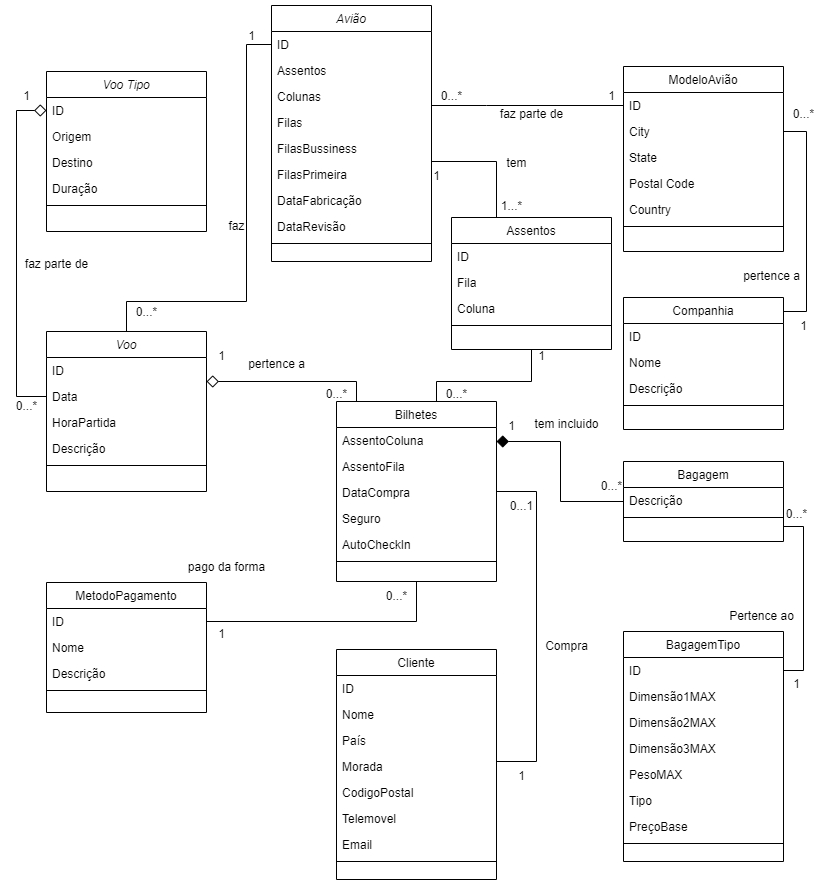
The draw.io diagram diagramas/Diagrama_de_classes.drawio.png in VascoJ2000/ABD_Projeto, before a commit. Source tidied: cells renumbered, new cells last; positions are measured from the earlier drawing's top-left corner, leaving out a move shared by most shapes.
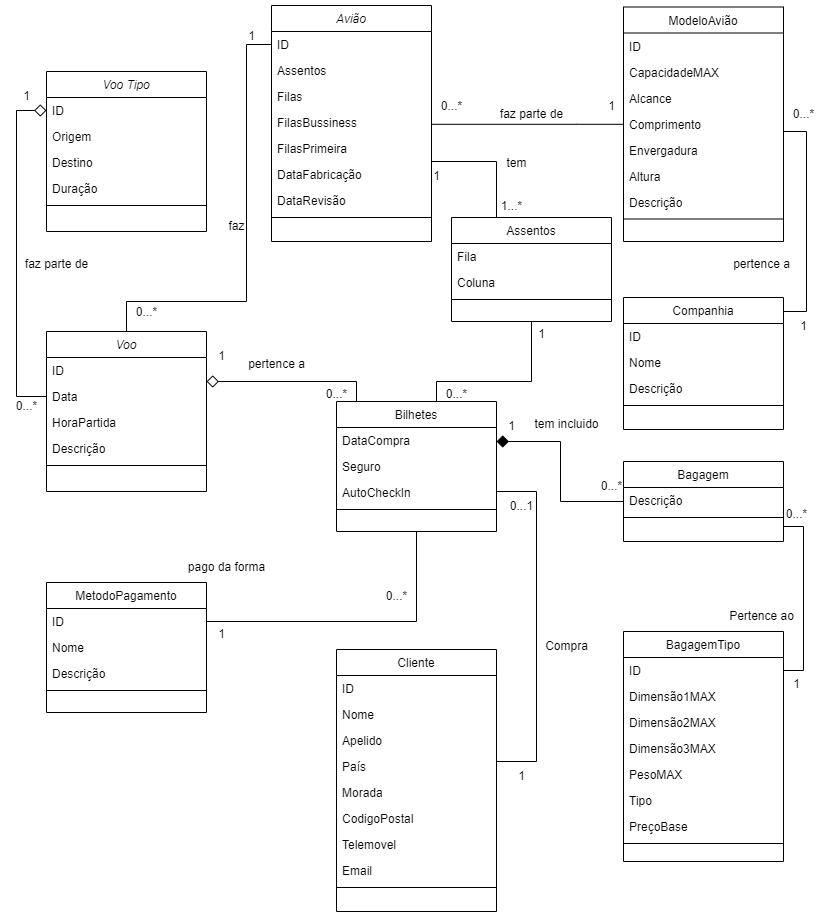
After the change.

What changed in the source:
```diff
@@ -3,7 +3,7 @@
     <mxCell id="0" />
     <mxCell id="1" parent="0" />
     <mxCell id="2" value="Avião" style="swimlane;fontStyle=2;align=center;verticalAlign=top;horizontal=1;startSize=26;rounded=0;shadow=0;strokeWidth=1;" parent="1" vertex="1">
-      <mxGeometry x="265" width="160" height="256" as="geometry" />
+      <mxGeometry x="265" width="160" height="236" as="geometry" />
     </mxCell>
     <mxCell id="3" value="ID" style="text;align=left;verticalAlign=top;spacingLeft=4;spacingRight=4;overflow=hidden;points=[[0,0.5],[1,0.5]];portConstraint=eastwest;" parent="2" vertex="1">
       <mxGeometry y="26" width="160" height="26" as="geometry" />
@@ -11,29 +11,26 @@
     <mxCell id="4" value="Assentos" style="text;align=left;verticalAlign=top;spacingLeft=4;spacingRight=4;overflow=hidden;rounded=0;shadow=0;html=0;" parent="2" vertex="1">
       <mxGeometry y="52" width="160" height="26" as="geometry" />
     </mxCell>
-    <mxCell id="5" value="Colunas" style="text;align=left;verticalAlign=top;spacingLeft=4;spacingRight=4;overflow=hidden;rounded=0;shadow=0;html=0;" parent="2" vertex="1">
-      <mxGeometry y="78" width="160" height="26" as="geometry" />
-    </mxCell>
     <mxCell id="6" value="Filas" style="text;align=left;verticalAlign=top;spacingLeft=4;spacingRight=4;overflow=hidden;rounded=0;shadow=0;html=0;" parent="2" vertex="1">
-      <mxGeometry y="104" width="160" height="26" as="geometry" />
+      <mxGeometry y="78" width="160" height="26" as="geometry" />
     </mxCell>
     <mxCell id="7" value="FilasBussiness" style="text;align=left;verticalAlign=top;spacingLeft=4;spacingRight=4;overflow=hidden;rounded=0;shadow=0;html=0;" parent="2" vertex="1">
-      <mxGeometry y="130" width="160" height="26" as="geometry" />
+      <mxGeometry y="104" width="160" height="26" as="geometry" />
     </mxCell>
     <mxCell id="8" value="FilasPrimeira" style="text;align=left;verticalAlign=top;spacingLeft=4;spacingRight=4;overflow=hidden;rounded=0;shadow=0;html=0;" parent="2" vertex="1">
-      <mxGeometry y="156" width="160" height="26" as="geometry" />
+      <mxGeometry y="130" width="160" height="26" as="geometry" />
     </mxCell>
     <mxCell id="9" value="DataFabricação" style="text;align=left;verticalAlign=top;spacingLeft=4;spacingRight=4;overflow=hidden;rounded=0;shadow=0;html=0;" parent="2" vertex="1">
-      <mxGeometry y="182" width="160" height="26" as="geometry" />
+      <mxGeometry y="156" width="160" height="26" as="geometry" />
     </mxCell>
     <mxCell id="10" value="DataRevisão" style="text;align=left;verticalAlign=top;spacingLeft=4;spacingRight=4;overflow=hidden;rounded=0;shadow=0;html=0;" parent="2" vertex="1">
-      <mxGeometry y="208" width="160" height="26" as="geometry" />
+      <mxGeometry y="182" width="160" height="26" as="geometry" />
     </mxCell>
     <mxCell id="11" style="line;html=1;strokeWidth=1;align=left;verticalAlign=middle;spacingTop=-1;spacingLeft=3;spacingRight=3;labelPosition=right;" parent="2" vertex="1">
-      <mxGeometry y="234" width="160" height="8" as="geometry" />
+      <mxGeometry y="208" width="160" height="8" as="geometry" />
     </mxCell>
     <mxCell id="12" value="Cliente" style="swimlane;fontStyle=0;align=center;verticalAlign=top;horizontal=1;startSize=26;rounded=0;shadow=0;strokeWidth=1;" parent="1" vertex="1">
-      <mxGeometry x="330" y="644" width="160" height="230" as="geometry" />
+      <mxGeometry x="330" y="644" width="160" height="262" as="geometry" />
     </mxCell>
     <mxCell id="13" value="ID" style="text;align=left;verticalAlign=top;spacingLeft=4;spacingRight=4;overflow=hidden;" parent="12" vertex="1">
       <mxGeometry y="26" width="160" height="26" as="geometry" />
@@ -41,23 +38,26 @@
     <mxCell id="14" value="Nome" style="text;align=left;verticalAlign=top;spacingLeft=4;spacingRight=4;overflow=hidden;rounded=0;shadow=0;html=0;" parent="12" vertex="1">
       <mxGeometry y="52" width="160" height="26" as="geometry" />
     </mxCell>
+    <mxCell id="117" value="Apelido" style="text;align=left;verticalAlign=top;spacingLeft=4;spacingRight=4;overflow=hidden;rounded=0;shadow=0;html=0;" parent="12" vertex="1">
+      <mxGeometry y="78" width="160" height="26" as="geometry" />
+    </mxCell>
     <mxCell id="15" value="País" style="text;align=left;verticalAlign=top;spacingLeft=4;spacingRight=4;overflow=hidden;rounded=0;shadow=0;html=0;" parent="12" vertex="1">
-      <mxGeometry y="78" width="160" height="26" as="geometry" />
+      <mxGeometry y="104" width="160" height="26" as="geometry" />
     </mxCell>
     <mxCell id="16" value="Morada" style="text;align=left;verticalAlign=top;spacingLeft=4;spacingRight=4;overflow=hidden;rounded=0;shadow=0;html=0;" parent="12" vertex="1">
-      <mxGeometry y="104" width="160" height="26" as="geometry" />
+      <mxGeometry y="130" width="160" height="26" as="geometry" />
     </mxCell>
     <mxCell id="17" value="CodigoPostal" style="text;align=left;verticalAlign=top;spacingLeft=4;spacingRight=4;overflow=hidden;rounded=0;shadow=0;html=0;" parent="12" vertex="1">
-      <mxGeometry y="130" width="160" height="26" as="geometry" />
+      <mxGeometry y="156" width="160" height="26" as="geometry" />
     </mxCell>
     <mxCell id="18" value="Telemovel" style="text;align=left;verticalAlign=top;spacingLeft=4;spacingRight=4;overflow=hidden;rounded=0;shadow=0;html=0;" parent="12" vertex="1">
-      <mxGeometry y="156" width="160" height="26" as="geometry" />
+      <mxGeometry y="182" width="160" height="26" as="geometry" />
     </mxCell>
     <mxCell id="19" value="Email" style="text;align=left;verticalAlign=top;spacingLeft=4;spacingRight=4;overflow=hidden;rounded=0;shadow=0;html=0;" parent="12" vertex="1">
-      <mxGeometry y="182" width="160" height="26" as="geometry" />
+      <mxGeometry y="208" width="160" height="26" as="geometry" />
     </mxCell>
     <mxCell id="20" style="line;html=1;strokeWidth=1;align=left;verticalAlign=middle;spacingTop=-1;spacingLeft=3;spacingRight=3;labelPosition=right;" parent="12" vertex="1">
-      <mxGeometry y="208" width="160" height="8" as="geometry" />
+      <mxGeometry y="234" width="160" height="8" as="geometry" />
     </mxCell>
     <mxCell id="21" style="endArrow=none;endSize=10;endFill=0;shadow=0;strokeWidth=1;rounded=0;edgeStyle=orthogonalEdgeStyle;elbow=vertical;" parent="1" edge="1" source="12">
       <mxGeometry relative="1" as="geometry">
@@ -69,25 +69,31 @@
       </mxGeometry>
     </mxCell>
     <mxCell id="22" value="ModeloAvião" style="swimlane;fontStyle=0;align=center;verticalAlign=top;horizontal=1;startSize=26;rounded=0;shadow=0;strokeWidth=1;" parent="1" vertex="1">
-      <mxGeometry x="617" y="61" width="160" height="185" as="geometry" />
+      <mxGeometry x="617" y="1.5" width="160" height="234.5" as="geometry" />
     </mxCell>
     <mxCell id="23" value="ID" style="text;align=left;verticalAlign=top;spacingLeft=4;spacingRight=4;overflow=hidden;points=[[0,0.5],[1,0.5]];portConstraint=eastwest;" parent="22" vertex="1">
       <mxGeometry y="26" width="160" height="26" as="geometry" />
     </mxCell>
-    <mxCell id="24" value="City" style="text;align=left;verticalAlign=top;spacingLeft=4;spacingRight=4;overflow=hidden;rounded=0;shadow=0;html=0;" parent="22" vertex="1">
+    <mxCell id="24" value="CapacidadeMAX" style="text;align=left;verticalAlign=top;spacingLeft=4;spacingRight=4;overflow=hidden;rounded=0;shadow=0;html=0;" parent="22" vertex="1">
       <mxGeometry y="52" width="160" height="26" as="geometry" />
     </mxCell>
-    <mxCell id="25" value="State" style="text;align=left;verticalAlign=top;spacingLeft=4;spacingRight=4;overflow=hidden;rounded=0;shadow=0;html=0;" parent="22" vertex="1">
+    <mxCell id="25" value="Alcance" style="text;align=left;verticalAlign=top;spacingLeft=4;spacingRight=4;overflow=hidden;rounded=0;shadow=0;html=0;" parent="22" vertex="1">
       <mxGeometry y="78" width="160" height="26" as="geometry" />
     </mxCell>
-    <mxCell id="26" value="Postal Code" style="text;align=left;verticalAlign=top;spacingLeft=4;spacingRight=4;overflow=hidden;rounded=0;shadow=0;html=0;" parent="22" vertex="1">
+    <mxCell id="26" value="Comprimento" style="text;align=left;verticalAlign=top;spacingLeft=4;spacingRight=4;overflow=hidden;rounded=0;shadow=0;html=0;" parent="22" vertex="1">
       <mxGeometry y="104" width="160" height="26" as="geometry" />
     </mxCell>
-    <mxCell id="27" value="Country" style="text;align=left;verticalAlign=top;spacingLeft=4;spacingRight=4;overflow=hidden;rounded=0;shadow=0;html=0;" parent="22" vertex="1">
+    <mxCell id="27" value="Envergadura" style="text;align=left;verticalAlign=top;spacingLeft=4;spacingRight=4;overflow=hidden;rounded=0;shadow=0;html=0;" parent="22" vertex="1">
       <mxGeometry y="130" width="160" height="26" as="geometry" />
     </mxCell>
+    <mxCell id="118" value="Altura" style="text;align=left;verticalAlign=top;spacingLeft=4;spacingRight=4;overflow=hidden;rounded=0;shadow=0;html=0;" parent="22" vertex="1">
+      <mxGeometry y="156" width="160" height="26" as="geometry" />
+    </mxCell>
+    <mxCell id="119" value="Descrição" style="text;align=left;verticalAlign=top;spacingLeft=4;spacingRight=4;overflow=hidden;rounded=0;shadow=0;html=0;" parent="22" vertex="1">
+      <mxGeometry y="182" width="160" height="26" as="geometry" />
+    </mxCell>
     <mxCell id="28" style="line;html=1;strokeWidth=1;align=left;verticalAlign=middle;spacingTop=-1;spacingLeft=3;spacingRight=3;labelPosition=right;" parent="22" vertex="1">
-      <mxGeometry y="156" width="160" height="8" as="geometry" />
+      <mxGeometry y="208" width="160" height="8" as="geometry" />
     </mxCell>
     <mxCell id="29" style="edgeStyle=orthogonalEdgeStyle;rounded=0;jettySize=auto;html=1;endArrow=none;endFill=0;startArrow=diamond;startFill=0;startSize=10;" parent="1" edge="1" source="30" target="36">
       <mxGeometry relative="1" as="geometry">
@@ -155,25 +161,19 @@
       <mxGeometry x="230" y="16" width="30" height="30" as="geometry" />
     </mxCell>
     <mxCell id="47" value="Bilhetes" style="swimlane;fontStyle=0;align=center;verticalAlign=top;horizontal=1;startSize=26;rounded=0;shadow=0;strokeWidth=1;" parent="1" vertex="1">
-      <mxGeometry x="330" y="396" width="160" height="180" as="geometry" />
+      <mxGeometry x="330" y="396" width="160" height="130" as="geometry" />
     </mxCell>
-    <mxCell id="48" value="AssentoColuna" style="text;align=left;verticalAlign=top;spacingLeft=4;spacingRight=4;overflow=hidden;rounded=0;shadow=0;html=0;" parent="47" vertex="1">
-      <mxGeometry y="26" width="160" height="26" as="geometry" />
-    </mxCell>
-    <mxCell id="49" value="AssentoFila" style="text;align=left;verticalAlign=top;spacingLeft=4;spacingRight=4;overflow=hidden;rounded=0;shadow=0;html=0;" parent="47" vertex="1">
-      <mxGeometry y="52" width="160" height="26" as="geometry" />
-    </mxCell>
     <mxCell id="50" value="DataCompra" style="text;align=left;verticalAlign=top;spacingLeft=4;spacingRight=4;overflow=hidden;rounded=0;shadow=0;html=0;" parent="47" vertex="1">
-      <mxGeometry y="78" width="160" height="26" as="geometry" />
+      <mxGeometry y="26" width="160" height="26" as="geometry" />
     </mxCell>
     <mxCell id="51" value="Seguro" style="text;align=left;verticalAlign=top;spacingLeft=4;spacingRight=4;overflow=hidden;rounded=0;shadow=0;html=0;" parent="47" vertex="1">
-      <mxGeometry y="104" width="160" height="26" as="geometry" />
+      <mxGeometry y="52" width="160" height="26" as="geometry" />
     </mxCell>
     <mxCell id="52" value="AutoCheckIn" style="text;align=left;verticalAlign=top;spacingLeft=4;spacingRight=4;overflow=hidden;rounded=0;shadow=0;html=0;" parent="47" vertex="1">
-      <mxGeometry y="130" width="160" height="26" as="geometry" />
+      <mxGeometry y="78" width="160" height="26" as="geometry" />
     </mxCell>
     <mxCell id="53" style="line;html=1;strokeWidth=1;align=left;verticalAlign=middle;spacingTop=-1;spacingLeft=3;spacingRight=3;labelPosition=right;" parent="47" vertex="1">
-      <mxGeometry y="156" width="160" height="8" as="geometry" />
+      <mxGeometry y="104" width="160" height="8" as="geometry" />
     </mxCell>
     <mxCell id="54" style="endArrow=diamond;endSize=10;endFill=0;shadow=0;strokeWidth=1;rounded=0;edgeStyle=orthogonalEdgeStyle;" parent="1" edge="1" source="47" target="36">
       <mxGeometry relative="1" as="geometry">
@@ -188,11 +188,11 @@
     <mxCell id="56" value="1" style="text;html=1;align=center;verticalAlign=middle;strokeColor=none;fillColor=none;" parent="1" vertex="1">
       <mxGeometry x="200" y="336" width="30" height="30" as="geometry" />
     </mxCell>
-    <mxCell id="57" style="edgeStyle=orthogonalEdgeStyle;rounded=0;jettySize=auto;html=1;endArrow=none;endFill=0;" parent="1" edge="1" source="23" target="2">
+    <mxCell id="57" style="edgeStyle=orthogonalEdgeStyle;rounded=0;jettySize=auto;html=1;endArrow=none;endFill=0;" parent="1" edge="1" source="22" target="2">
       <mxGeometry relative="1" as="geometry">
         <Array as="points">
-          <mxPoint x="480" y="100" />
-          <mxPoint x="480" y="100" />
+          <mxPoint x="570" y="118" />
+          <mxPoint x="570" y="118" />
         </Array>
       </mxGeometry>
     </mxCell>
@@ -203,10 +203,10 @@
       <mxGeometry x="480" y="94" width="90" height="30" as="geometry" />
     </mxCell>
     <mxCell id="60" value="1" style="text;html=1;align=center;verticalAlign=middle;strokeColor=none;fillColor=none;" parent="1" vertex="1">
-      <mxGeometry x="590" y="76" width="30" height="30" as="geometry" />
+      <mxGeometry x="590" y="86" width="30" height="30" as="geometry" />
     </mxCell>
     <mxCell id="61" value="0...*" style="text;html=1;align=center;verticalAlign=middle;strokeColor=none;fillColor=none;" parent="1" vertex="1">
-      <mxGeometry x="425" y="76" width="40" height="30" as="geometry" />
+      <mxGeometry x="425" y="86" width="40" height="30" as="geometry" />
     </mxCell>
     <mxCell id="62" value="Companhia" style="swimlane;fontStyle=0;align=center;verticalAlign=top;horizontal=1;startSize=26;rounded=0;shadow=0;strokeWidth=1;" parent="1" vertex="1">
       <mxGeometry x="617" y="292" width="160" height="132" as="geometry" />
@@ -238,7 +238,7 @@
       <mxGeometry x="777" y="94" width="40" height="30" as="geometry" />
     </mxCell>
     <mxCell id="70" value="pertence a" style="text;html=1;align=center;verticalAlign=middle;strokeColor=none;fillColor=none;" parent="1" vertex="1">
-      <mxGeometry x="725" y="256" width="80" height="30" as="geometry" />
+      <mxGeometry x="715" y="244" width="80" height="30" as="geometry" />
     </mxCell>
     <mxCell id="71" value="faz parte de" style="text;html=1;align=center;verticalAlign=middle;strokeColor=none;fillColor=none;" parent="1" vertex="1">
       <mxGeometry x="5" y="244" width="90" height="30" as="geometry" />
@@ -355,19 +355,16 @@
       <mxGeometry x="230" y="344" width="80" height="30" as="geometry" />
     </mxCell>
     <mxCell id="105" value="Assentos" style="swimlane;fontStyle=0;align=center;verticalAlign=top;horizontal=1;startSize=26;rounded=0;shadow=0;strokeWidth=1;" parent="1" vertex="1">
-      <mxGeometry x="445" y="212" width="160" height="132" as="geometry" />
+      <mxGeometry x="445" y="212" width="160" height="104" as="geometry" />
     </mxCell>
-    <mxCell id="106" value="ID" style="text;align=left;verticalAlign=top;spacingLeft=4;spacingRight=4;overflow=hidden;" parent="105" vertex="1">
-      <mxGeometry y="26" width="160" height="26" as="geometry" />
-    </mxCell>
     <mxCell id="107" value="Fila" style="text;align=left;verticalAlign=top;spacingLeft=4;spacingRight=4;overflow=hidden;rounded=0;shadow=0;html=0;" parent="105" vertex="1">
-      <mxGeometry y="52" width="160" height="26" as="geometry" />
+      <mxGeometry y="26" width="160" height="26" as="geometry" />
     </mxCell>
     <mxCell id="108" value="Coluna" style="text;align=left;verticalAlign=top;spacingLeft=4;spacingRight=4;overflow=hidden;rounded=0;shadow=0;html=0;" parent="105" vertex="1">
-      <mxGeometry y="78" width="160" height="26" as="geometry" />
+      <mxGeometry y="52" width="160" height="26" as="geometry" />
     </mxCell>
     <mxCell id="109" style="line;html=1;strokeWidth=1;align=left;verticalAlign=middle;spacingTop=-1;spacingLeft=3;spacingRight=3;labelPosition=right;" parent="105" vertex="1">
-      <mxGeometry y="104" width="160" height="8" as="geometry" />
+      <mxGeometry y="78" width="160" height="8" as="geometry" />
     </mxCell>
     <mxCell id="110" style="endArrow=none;endSize=10;endFill=0;shadow=0;strokeWidth=1;rounded=0;edgeStyle=orthogonalEdgeStyle;startArrow=none;startFill=0;" parent="1" edge="1" source="47" target="105">
       <mxGeometry relative="1" as="geometry">
@@ -378,7 +375,7 @@
       </mxGeometry>
     </mxCell>
     <mxCell id="111" value="1" style="text;html=1;align=center;verticalAlign=middle;strokeColor=none;fillColor=none;" parent="1" vertex="1">
-      <mxGeometry x="520" y="336" width="30" height="30" as="geometry" />
+      <mxGeometry x="520" y="314" width="30" height="30" as="geometry" />
     </mxCell>
     <mxCell id="112" value="0...*" style="text;html=1;align=center;verticalAlign=middle;strokeColor=none;fillColor=none;" parent="1" vertex="1">
       <mxGeometry x="430" y="374" width="40" height="30" as="geometry" />
```
